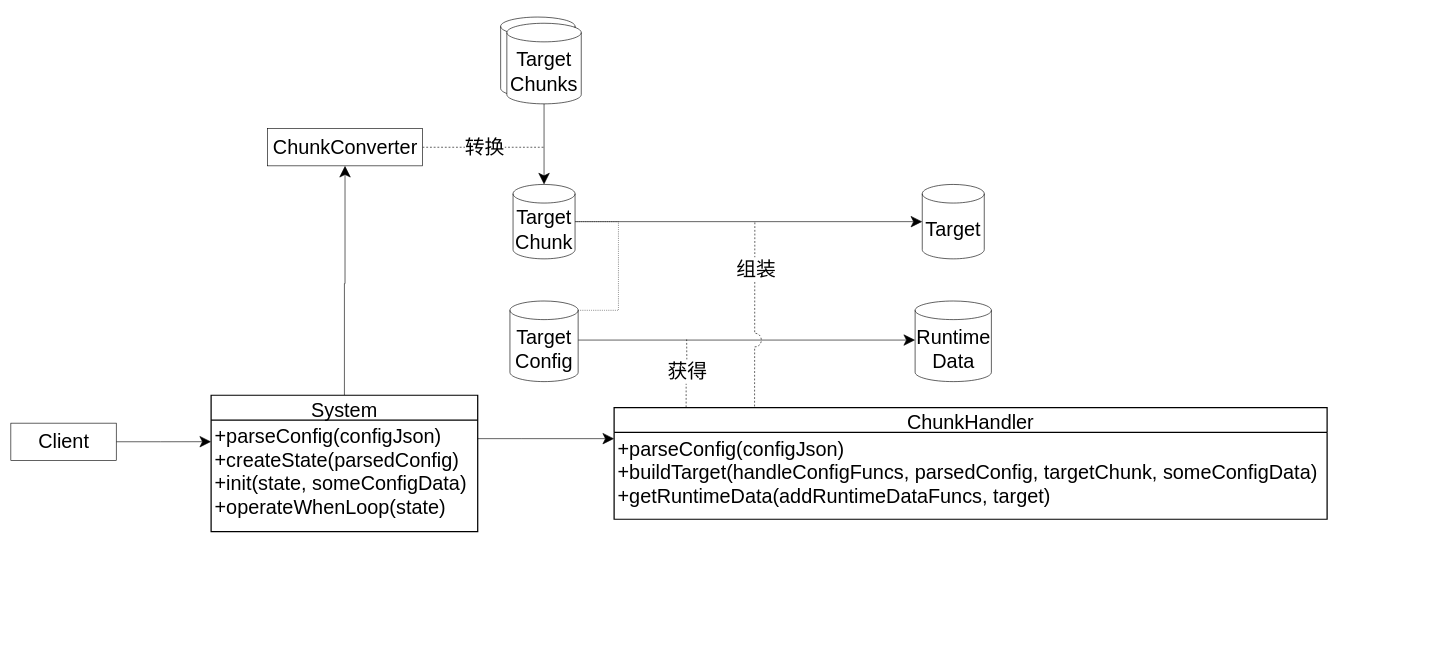
This is packages/拼接模式/role_abstract/UML.drawio from yyc-git/3DProgramPattern, a draw.io file, before an edit. Source tidied: cells renumbered, new cells numbered last; positions are measured from the earlier drawing's top-left corner, leaving out a move shared by most shapes. Both pictures are drawn from the tidied source at 62%, with x=0, y=0 at pixel (11, 17).
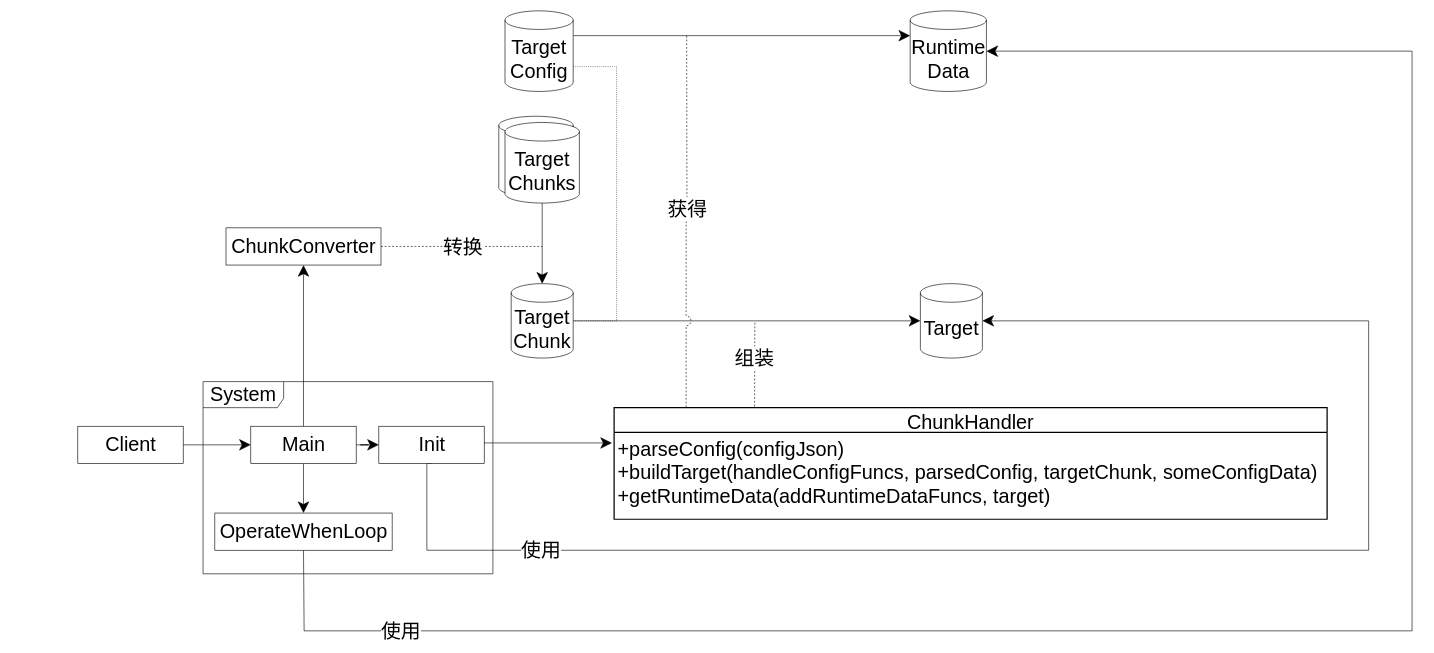
After the change.

Commit message (it also covers changes not shown here):
feat(拼接模式): update abstract uml; add story_before uml;

What changed in the source:
```diff
@@
+    <mxCell id="22" value="ChunkHandler" style="swimlane;horizontal=1;startSize=40;rounded=0;fontSize=32;fontStyle=0;strokeWidth=2;shadow=0;dashed=0;align=center;" parent="1" vertex="1">
+      <mxGeometry x="973" y="630" width="1150" height="180" as="geometry" />
+    </mxCell>
+    <mxCell id="23" value="+parseConfig(configJson)&#10;+buildTarget(handleConfigFuncs, parsedConfig, targetChunk, someConfigData)&#10;+getRuntimeData(addRuntimeDataFuncs, target)" style="align=left;strokeColor=none;fillColor=none;spacingLeft=4;fontSize=32;verticalAlign=top;" parent="22" vertex="1">
+      <mxGeometry y="40" width="1150" height="140" as="geometry" />
+    </mxCell>
+    <mxCell id="9" value="&lt;font style=&quot;font-size: 32px&quot;&gt;System&lt;/font&gt;" style="shape=umlFrame;whiteSpace=wrap;html=1;width=130;height=42;fontSize=32;" parent="1" vertex="1">
+      <mxGeometry x="310" y="588" width="467.5" height="310" as="geometry" />
+    </mxCell>
     <mxCell id="2" style="shape=cylinder3;whiteSpace=wrap;html=1;boundedLbl=1;backgroundOutline=1;size=15;" parent="1" vertex="1">
-      <mxGeometry x="790" width="120" height="130" as="geometry" />
+      <mxGeometry x="787" y="160" width="120" height="130" as="geometry" />
     </mxCell>
-    <mxCell id="3" style="edgeStyle=orthogonalEdgeStyle;rounded=0;jettySize=auto;html=1;startSize=16;endSize=16;entryX=0;entryY=0.194;entryDx=0;entryDy=0;entryPerimeter=0;" parent="1" edge="1" source="4" target="10">
+    <mxCell id="3" style="edgeStyle=orthogonalEdgeStyle;rounded=0;jettySize=auto;html=1;startSize=16;endSize=16;entryX=0;entryY=0.5;entryDx=0;entryDy=0;" parent="1" edge="1" source="4" target="33">
       <mxGeometry relative="1" as="geometry" />
     </mxCell>
     <mxCell id="4" value="Client" style="html=1;fontSize=32;" parent="1" vertex="1">
-      <mxGeometry y="655" width="170" height="60" as="geometry" />
+      <mxGeometry x="108" y="660" width="170" height="60" as="geometry" />
     </mxCell>
     <mxCell id="5" style="edgeStyle=orthogonalEdgeStyle;rounded=0;orthogonalLoop=1;jettySize=auto;html=1;endArrow=classic;endFill=1;startSize=16;endSize=16;" parent="1" edge="1">
       <mxGeometry relative="1" as="geometry">
-        <mxPoint x="915" y="521" as="sourcePoint" />
-        <mxPoint x="1458.5" y="521" as="targetPoint" />
+        <mxPoint x="907" y="30" as="sourcePoint" />
+        <mxPoint x="1450.5" y="30" as="targetPoint" />
       </mxGeometry>
     </mxCell>
-    <mxCell id="6" style="edgeStyle=orthogonalEdgeStyle;rounded=0;jettySize=auto;html=1;entryX=1;entryY=0.5;entryDx=0;entryDy=0;entryPerimeter=0;endArrow=none;endFill=0;startSize=16;endSize=16;exitX=1;exitY=0;exitDx=0;exitDy=15;exitPerimeter=0;dashed=1;dashPattern=1 2;" parent="1" edge="1" source="7" target="17">
+    <mxCell id="6" style="edgeStyle=orthogonalEdgeStyle;rounded=0;jettySize=auto;html=1;entryX=1;entryY=0.5;entryDx=0;entryDy=0;entryPerimeter=0;endArrow=none;endFill=0;startSize=16;endSize=16;exitX=1;exitY=0;exitDx=0;exitDy=90;exitPerimeter=0;dashed=1;dashPattern=1 2;" parent="1" edge="1" source="7" target="17">
       <mxGeometry relative="1" as="geometry">
         <Array as="points">
-          <mxPoint x="980" y="473" />
-          <mxPoint x="980" y="330" />
+          <mxPoint x="977" y="80" />
+          <mxPoint x="977" y="490" />
         </Array>
       </mxGeometry>
     </mxCell>
     <mxCell id="7" value="&lt;font&gt;&lt;span style=&quot;font-size: 32px&quot;&gt;Target Config&lt;/span&gt;&lt;/font&gt;" style="shape=cylinder3;whiteSpace=wrap;html=1;boundedLbl=1;backgroundOutline=1;size=15;" parent="1" vertex="1">
-      <mxGeometry x="805" y="458" width="110" height="130" as="geometry" />
+      <mxGeometry x="797" y="-10" width="110" height="130" as="geometry" />
     </mxCell>
-    <mxCell id="8" style="edgeStyle=orthogonalEdgeStyle;rounded=0;jettySize=auto;html=1;entryX=0.5;entryY=1;entryDx=0;entryDy=0;endSize=16;startSize=16;" parent="1" edge="1" source="9" target="13">
+    <mxCell id="8" style="edgeStyle=orthogonalEdgeStyle;rounded=0;jettySize=auto;html=1;entryX=0.5;entryY=1;entryDx=0;entryDy=0;endSize=16;startSize=16;exitX=0.5;exitY=0;exitDx=0;exitDy=0;" parent="1" edge="1" source="33" target="13">
       <mxGeometry relative="1" as="geometry" />
     </mxCell>
-    <mxCell id="9" value="System" style="swimlane;horizontal=1;startSize=40;rounded=0;fontSize=32;fontStyle=0;strokeWidth=2;shadow=0;dashed=0;align=center;" parent="1" vertex="1">
-      <mxGeometry x="323" y="610" width="430" height="220" as="geometry" />
-    </mxCell>
-    <mxCell id="10" value="+parseConfig(configJson)&#10;+createState(parsedConfig)&#10;+init(state, someConfigData)&#10;+operateWhenLoop(state)" style="align=left;strokeColor=none;fillColor=none;spacingLeft=4;fontSize=32;verticalAlign=top;" parent="9" vertex="1">
-      <mxGeometry y="40" width="430" height="180" as="geometry" />
-    </mxCell>
+    <mxCell id="27" style="edgeStyle=orthogonalEdgeStyle;rounded=0;jumpStyle=arc;jumpSize=22;jettySize=auto;html=1;entryX=1;entryY=0.5;entryDx=0;entryDy=0;entryPerimeter=0;endArrow=classic;endFill=1;startSize=16;endSize=16;exitX=0.5;exitY=1;exitDx=0;exitDy=0;" parent="1" edge="1" source="35" target="26">
+      <mxGeometry relative="1" as="geometry">
+        <Array as="points">
+          <mxPoint x="473" y="990" />
+          <mxPoint x="2260" y="990" />
+          <mxPoint x="2260" y="55" />
+        </Array>
+      </mxGeometry>
+    </mxCell>
+    <mxCell id="28" value="&lt;font style=&quot;font-size: 32px&quot;&gt;使用&lt;/font&gt;" style="edgeLabel;html=1;align=center;verticalAlign=middle;" parent="27" vertex="1">
+      <mxGeometry x="-0.69" y="2" relative="1" as="geometry">
+        <mxPoint x="-263" y="2" as="offset" />
+      </mxGeometry>
+    </mxCell>
+    <mxCell id="29" style="edgeStyle=orthogonalEdgeStyle;rounded=0;jumpStyle=arc;jumpSize=22;jettySize=auto;html=1;entryX=1;entryY=0.5;entryDx=0;entryDy=0;entryPerimeter=0;endArrow=classic;endFill=1;startSize=16;endSize=16;exitX=0.5;exitY=1;exitDx=0;exitDy=0;" parent="1" edge="1" source="34" target="25">
+      <mxGeometry relative="1" as="geometry">
+        <Array as="points">
+          <mxPoint x="671" y="860" />
+          <mxPoint x="2190" y="860" />
+          <mxPoint x="2190" y="490" />
+        </Array>
+      </mxGeometry>
+    </mxCell>
     <mxCell id="11" style="edgeStyle=orthogonalEdgeStyle;rounded=0;jettySize=auto;html=1;startSize=16;endSize=16;endArrow=none;endFill=0;dashed=1;" parent="1" edge="1" source="13">
       <mxGeometry relative="1" as="geometry">
-        <mxPoint x="860" y="210" as="targetPoint" />
+        <mxPoint x="857" y="370" as="targetPoint" />
       </mxGeometry>
     </mxCell>
@@
     <mxCell id="13" value="ChunkConverter" style="html=1;fontSize=32;" parent="1" vertex="1">
-      <mxGeometry x="414" y="180" width="250" height="60" as="geometry" />
+      <mxGeometry x="347" y="340" width="250" height="60" as="geometry" />
     </mxCell>
@@
     <mxCell id="15" value="&lt;font style=&quot;font-size: 32px&quot;&gt;Target Chunks&lt;/font&gt;" style="shape=cylinder3;whiteSpace=wrap;html=1;boundedLbl=1;backgroundOutline=1;size=15;" parent="1" vertex="1">
-      <mxGeometry x="800" y="10" width="120" height="130" as="geometry" />
+      <mxGeometry x="797" y="170" width="120" height="130" as="geometry" />
     </mxCell>
@@
     <mxCell id="17" value="&lt;font style=&quot;font-size: 32px&quot;&gt;Target&lt;br&gt;Chunk&lt;br&gt;&lt;/font&gt;" style="shape=cylinder3;whiteSpace=wrap;html=1;boundedLbl=1;backgroundOutline=1;size=15;" parent="1" vertex="1">
-      <mxGeometry x="810" y="270" width="100" height="120" as="geometry" />
+      <mxGeometry x="807" y="430" width="100" height="120" as="geometry" />
     </mxCell>
-    <mxCell id="18" style="edgeStyle=orthogonalEdgeStyle;rounded=0;jettySize=auto;html=1;endArrow=none;endFill=0;startSize=16;endSize=16;exitX=0.101;exitY=-0.004;exitDx=0;exitDy=0;exitPerimeter=0;dashed=1;" parent="1" edge="1" source="22">
+    <mxCell id="18" style="edgeStyle=orthogonalEdgeStyle;rounded=0;jettySize=auto;html=1;endArrow=none;endFill=0;startSize=16;endSize=16;exitX=0.101;exitY=-0.004;exitDx=0;exitDy=0;exitPerimeter=0;dashed=1;jumpStyle=arc;jumpSize=16;" parent="1" edge="1" source="22">
       <mxGeometry relative="1" as="geometry">
-        <mxPoint x="1090" y="520" as="targetPoint" />
+        <mxPoint x="1090" y="30" as="targetPoint" />
       </mxGeometry>
     </mxCell>
@@
     <mxCell id="20" style="edgeStyle=orthogonalEdgeStyle;rounded=0;jettySize=auto;html=1;dashed=1;endArrow=none;endFill=0;startSize=16;endSize=16;exitX=0.197;exitY=-0.011;exitDx=0;exitDy=0;exitPerimeter=0;jumpStyle=arc;jumpSize=22;" parent="1" edge="1" source="22">
       <mxGeometry relative="1" as="geometry">
-        <mxPoint x="1200" y="330" as="targetPoint" />
+        <mxPoint x="1200" y="490" as="targetPoint" />
       </mxGeometry>
     </mxCell>
     <mxCell id="21" value="&lt;font style=&quot;font-size: 32px&quot;&gt;组装&lt;/font&gt;" style="edgeLabel;html=1;align=center;verticalAlign=middle;" parent="20" vertex="1">
       <mxGeometry x="0.48" y="-1" relative="1" as="geometry">
-        <mxPoint y="-1" as="offset" />
+        <mxPoint x="-3" y="25" as="offset" />
       </mxGeometry>
     </mxCell>
-    <mxCell id="22" value="ChunkHandler" style="swimlane;horizontal=1;startSize=40;rounded=0;fontSize=32;fontStyle=0;strokeWidth=2;shadow=0;dashed=0;align=center;" parent="1" vertex="1">
-      <mxGeometry x="973" y="630" width="1150" height="180" as="geometry" />
-    </mxCell>
-    <mxCell id="23" value="+parseConfig(configJson)&#10;+buildTarget(handleConfigFuncs, parsedConfig, targetChunk, someConfigData)&#10;+getRuntimeData(addRuntimeDataFuncs, target)" style="align=left;strokeColor=none;fillColor=none;spacingLeft=4;fontSize=32;verticalAlign=top;" parent="22" vertex="1">
-      <mxGeometry y="40" width="1150" height="140" as="geometry" />
-    </mxCell>
-    <mxCell id="24" style="edgeStyle=orthogonalEdgeStyle;rounded=0;jettySize=auto;html=1;startSize=16;endSize=16;" parent="1" edge="1" source="10" target="23">
+    <mxCell id="24" style="edgeStyle=orthogonalEdgeStyle;rounded=0;jettySize=auto;html=1;startSize=16;endSize=16;exitX=1;exitY=0.5;exitDx=0;exitDy=0;entryX=-0.003;entryY=0.121;entryDx=0;entryDy=0;entryPerimeter=0;" parent="1" edge="1" source="34" target="23">
       <mxGeometry relative="1" as="geometry">
         <Array as="points">
-          <mxPoint x="823" y="680" />
-          <mxPoint x="823" y="680" />
+          <mxPoint x="757" y="687" />
         </Array>
       </mxGeometry>
     </mxCell>
     <mxCell id="25" value="&lt;font style=&quot;font-size: 32px&quot;&gt;Target&lt;br&gt;&lt;/font&gt;" style="shape=cylinder3;whiteSpace=wrap;html=1;boundedLbl=1;backgroundOutline=1;size=15;" parent="1" vertex="1">
-      <mxGeometry x="1470" y="270" width="100" height="120" as="geometry" />
+      <mxGeometry x="1467" y="430" width="100" height="120" as="geometry" />
     </mxCell>
     <mxCell id="26" value="&lt;font&gt;&lt;span style=&quot;font-size: 32px&quot;&gt;Runtime&lt;br&gt;Data&lt;br&gt;&lt;/span&gt;&lt;/font&gt;" style="shape=cylinder3;whiteSpace=wrap;html=1;boundedLbl=1;backgroundOutline=1;size=15;" parent="1" vertex="1">
-      <mxGeometry x="1458.5" y="458" width="123" height="130" as="geometry" />
+      <mxGeometry x="1450.5" y="-10" width="123" height="130" as="geometry" />
     </mxCell>
+    <mxCell id="30" value="&lt;font style=&quot;font-size: 32px&quot;&gt;使用&lt;/font&gt;" style="edgeLabel;html=1;align=center;verticalAlign=middle;" parent="1" vertex="1">
+      <mxGeometry x="852" y="830" as="geometry">
+        <mxPoint x="2" y="30" as="offset" />
+      </mxGeometry>
+    </mxCell>
+    <mxCell id="31" style="edgeStyle=orthogonalEdgeStyle;rounded=0;jettySize=auto;html=1;endSize=16;startSize=16;" parent="1" edge="1" source="33" target="34">
+      <mxGeometry relative="1" as="geometry" />
+    </mxCell>
+    <mxCell id="32" style="edgeStyle=orthogonalEdgeStyle;rounded=0;jettySize=auto;html=1;endSize=16;startSize=16;" parent="1" edge="1" source="33" target="35">
+      <mxGeometry relative="1" as="geometry" />
+    </mxCell>
+    <mxCell id="33" value="Main" style="html=1;fontSize=32;" parent="1" vertex="1">
+      <mxGeometry x="387" y="660" width="170" height="60" as="geometry" />
+    </mxCell>
+    <mxCell id="34" value="Init" style="html=1;fontSize=32;" parent="1" vertex="1">
+      <mxGeometry x="593.5" y="660" width="170" height="60" as="geometry" />
+    </mxCell>
+    <mxCell id="35" value="OperateWhenLoop" style="html=1;fontSize=32;" parent="1" vertex="1">
+      <mxGeometry x="329" y="800" width="286" height="60" as="geometry" />
+    </mxCell>
```
